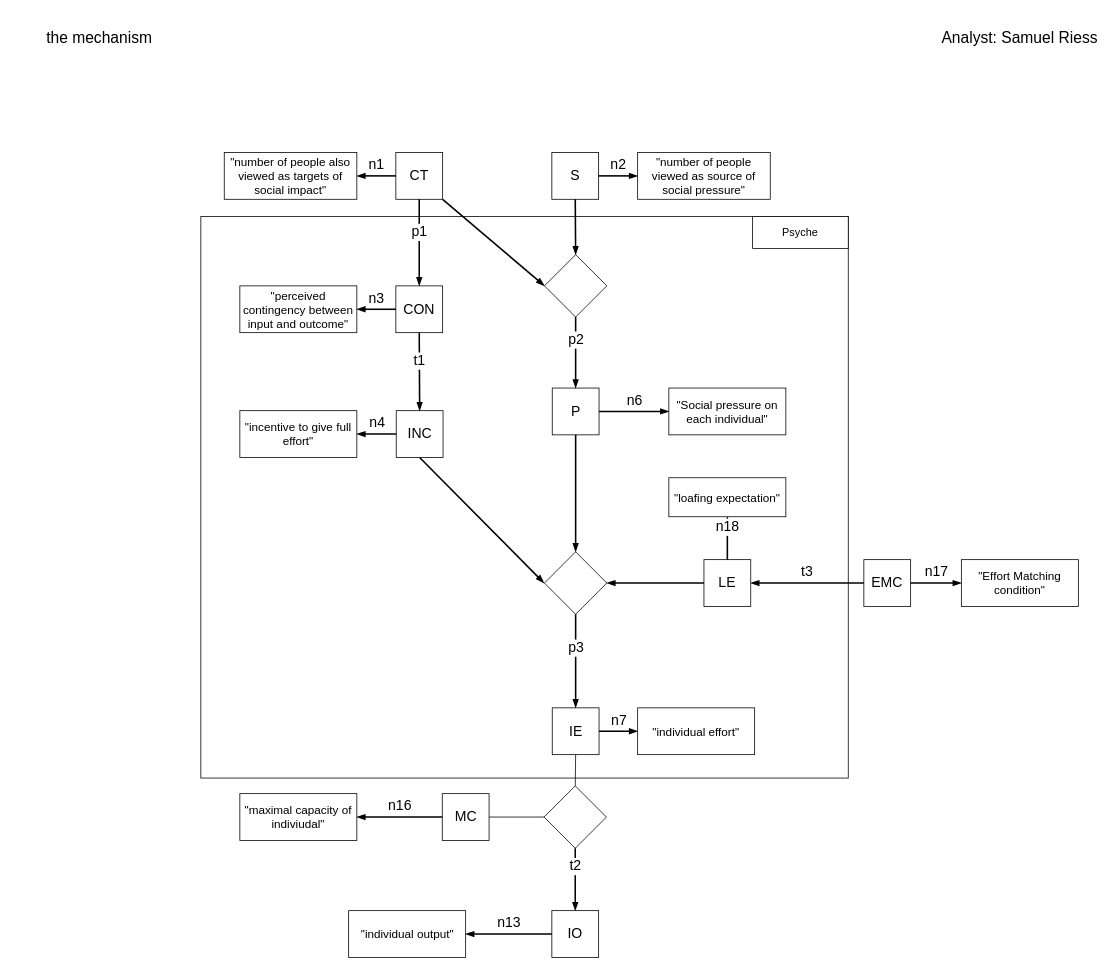
The draw.io diagram doc/VAST_SocialLoafing_Mechanism_noFallacy.drawio in SamRiess/SocialLoafing_FINAL, before the edit. Source tidied: cells renumbered, new cells numbered last; positions are measured from the earlier drawing's top-left corner, leaving out a move shared by most shapes. Both pictures are drawn from the tidied source at 78%, with x=0, y=0 at pixel (13, 13).
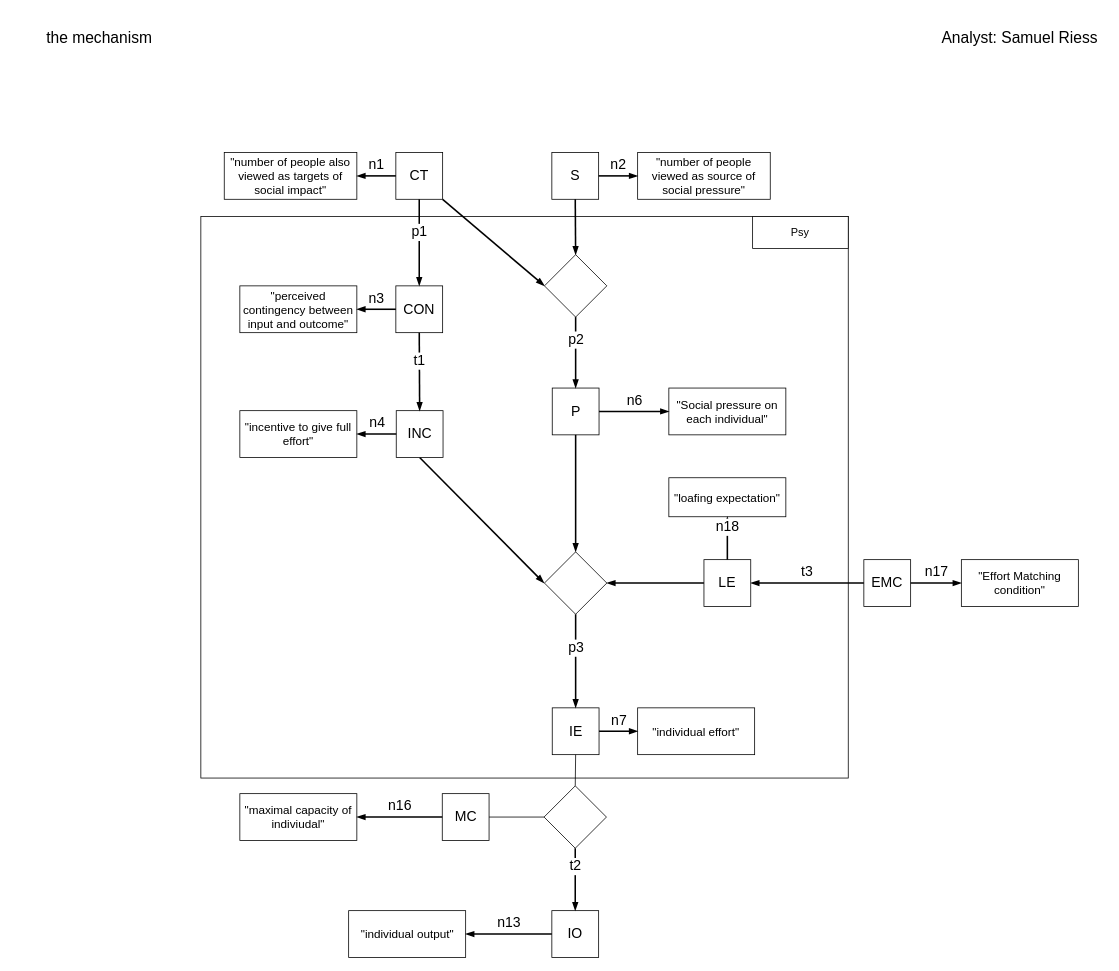
The same diagram, later.

The change refers to these unchanged cells:
```xml
<mxCell id="48" style="group;" parent="1" vertex="1">
  <mxGeometry x="240" y="260" width="830" height="720" as="geometry" />
</mxCell>
```

What changed in the source:
```diff
@@
-    <mxCell id="50" value="Psyche" style="rounded=0;whiteSpace=wrap;html=1;fontSize=14;" parent="48" vertex="1">
+    <mxCell id="50" value="Psy" style="rounded=0;whiteSpace=wrap;html=1;fontSize=14;" parent="48" vertex="1">
       <mxGeometry x="707.4" width="122.6" height="41.1" as="geometry" />
     </mxCell>
```
